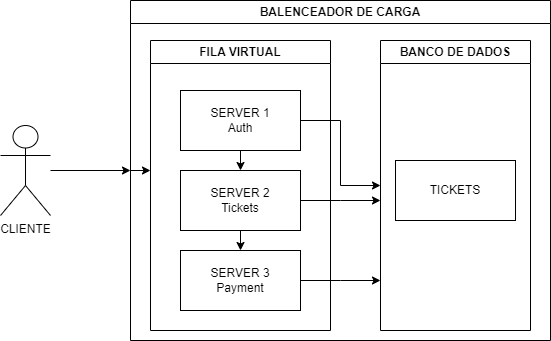
Above: tickets.drawio.png in gustavogk/coderbyte-test (draw.io), before the change. Source tidied: cells renumbered, new cells last; positions are measured from the earlier drawing's top-left corner, leaving out a move shared by most shapes.
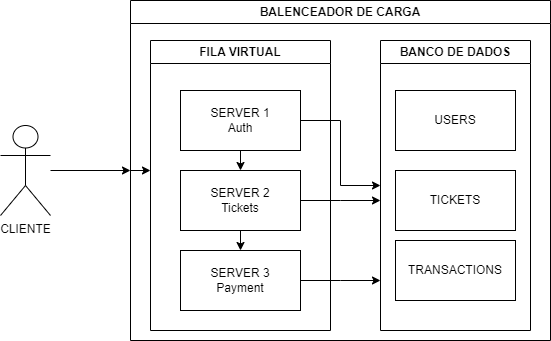
The same diagram one commit later.

Change to the diagram source:
```diff
@@ -42,8 +42,14 @@
       <mxGeometry x="250" y="40" width="150" height="290" as="geometry" />
     </mxCell>
     <mxCell id="13" value="TICKETS" style="whiteSpace=wrap;html=1;" parent="12" vertex="1">
-      <mxGeometry x="15" y="120" width="120" height="60" as="geometry" />
+      <mxGeometry x="15" y="130" width="120" height="60" as="geometry" />
     </mxCell>
+    <mxCell id="17" value="USERS" style="whiteSpace=wrap;html=1;" parent="12" vertex="1">
+      <mxGeometry x="15" y="50" width="120" height="60" as="geometry" />
+    </mxCell>
+    <mxCell id="18" value="TRANSACTIONS" style="whiteSpace=wrap;html=1;" parent="12" vertex="1">
+      <mxGeometry x="15" y="200" width="120" height="60" as="geometry" />
+    </mxCell>
     <mxCell id="14" style="edgeStyle=orthogonalEdgeStyle;rounded=0;jettySize=auto;html=1;entryX=0;entryY=0.5;entryDx=0;entryDy=0;" parent="3" edge="1" source="6" target="12">
       <mxGeometry relative="1" as="geometry" />
     </mxCell>
```
